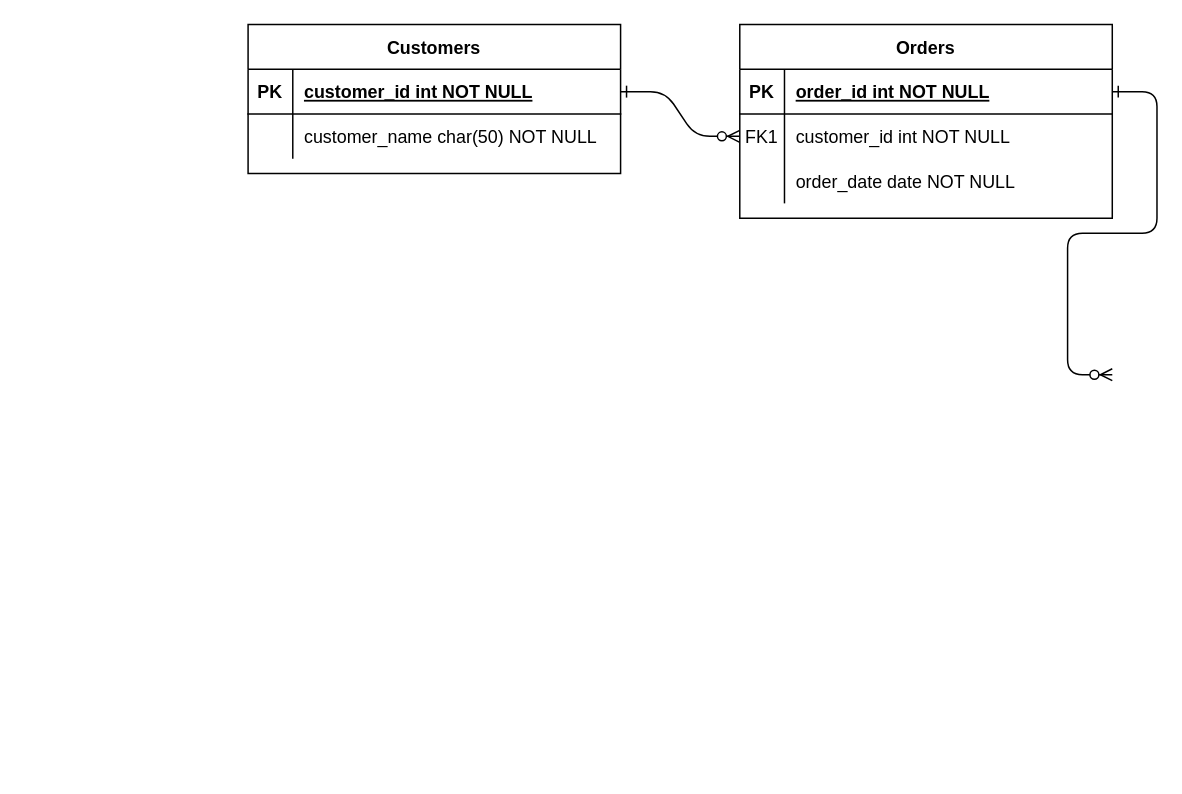
Earlier version of the draw.io diagram Untitled Diagram.drawio (Panhavath/cv). Source tidied: cells renumbered, new cells numbered last; positions are measured from the earlier drawing's top-left corner, leaving out a move shared by most shapes. Both pictures are drawn from the tidied source at 149%, with x=0, y=0 at pixel (247, 24).
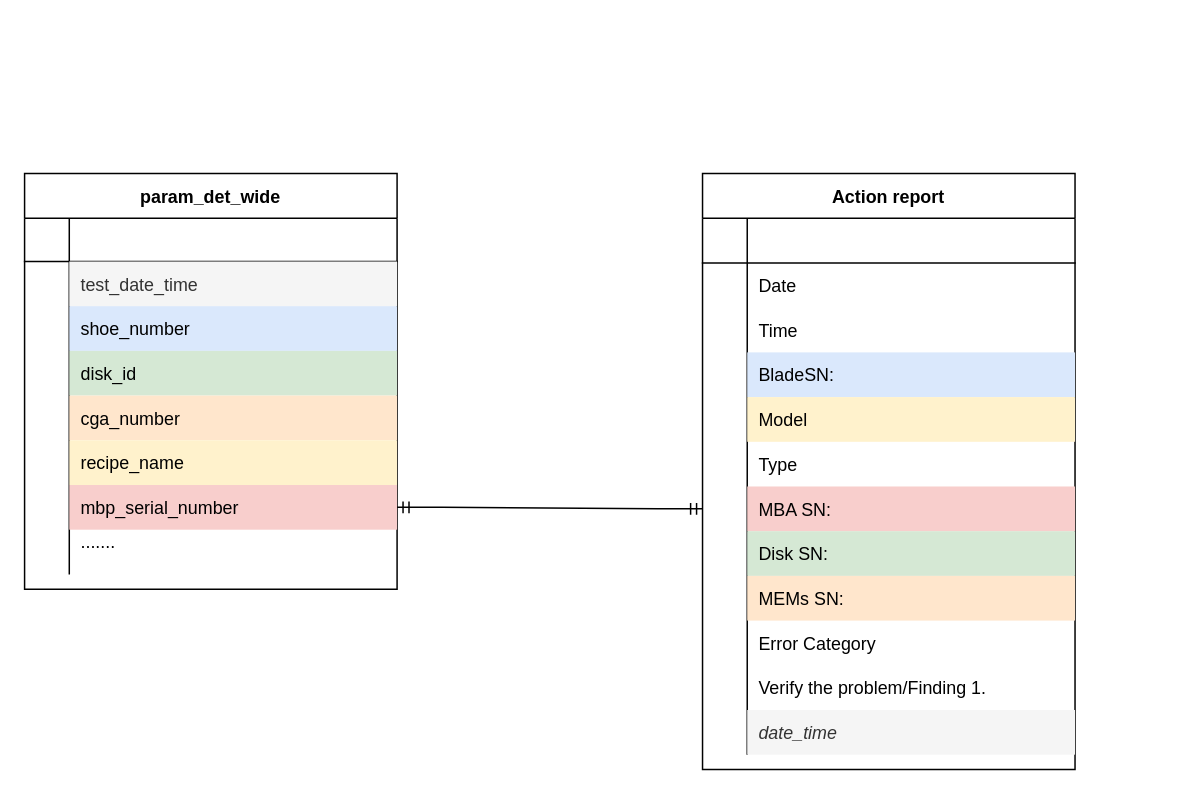
After the change.

The edit, as a diff of the source:
```diff
@@
-    <mxCell id="2" style="edgeStyle=entityRelationEdgeStyle;endArrow=ERzeroToMany;startArrow=ERone;endFill=1;startFill=0;" parent="1" edge="1" source="15" target="8">
-      <mxGeometry relative="1" as="geometry" />
-    </mxCell>
-    <mxCell id="3" style="edgeStyle=entityRelationEdgeStyle;endArrow=ERzeroToMany;startArrow=ERone;endFill=1;startFill=0;" parent="1" edge="1" source="5">
-      <mxGeometry relative="1" as="geometry">
-        <mxPoint x="580" y="235" as="targetPoint" />
-      </mxGeometry>
-    </mxCell>
-    <mxCell id="4" value="Orders" style="shape=table;startSize=30;childLayout=tableLayout;rowLines=0;fontStyle=1;align=center;" parent="1" vertex="1">
-      <mxGeometry x="330" width="250" height="130" as="geometry" />
-    </mxCell>
-    <mxCell id="5" style="shape=partialRectangle;fillColor=none;points=[[0,0.5],[1,0.5]];portConstraint=eastwest;top=0;left=0;right=0;bottom=1;" parent="4" vertex="1">
-      <mxGeometry y="30" width="250" height="30" as="geometry" />
-    </mxCell>
-    <mxCell id="6" value="PK" style="shape=partialRectangle;overflow=hidden;fillColor=none;top=0;left=0;bottom=0;right=0;fontStyle=1;" parent="5" vertex="1">
-      <mxGeometry width="30" height="30" as="geometry" />
-    </mxCell>
-    <mxCell id="7" value="order_id int NOT NULL " style="shape=partialRectangle;overflow=hidden;fillColor=none;top=0;left=0;bottom=0;right=0;align=left;spacingLeft=6;fontStyle=5;" parent="5" vertex="1">
-      <mxGeometry x="30" width="220" height="30" as="geometry" />
-    </mxCell>
-    <mxCell id="8" style="shape=partialRectangle;fillColor=none;points=[[0,0.5],[1,0.5]];portConstraint=eastwest;top=0;left=0;right=0;bottom=0;" parent="4" vertex="1">
-      <mxGeometry y="60" width="250" height="30" as="geometry" />
-    </mxCell>
-    <mxCell id="9" value="FK1" style="shape=partialRectangle;overflow=hidden;fillColor=none;top=0;left=0;bottom=0;right=0;" parent="8" vertex="1">
-      <mxGeometry width="30" height="30" as="geometry" />
-    </mxCell>
-    <mxCell id="10" value="customer_id int NOT NULL" style="shape=partialRectangle;overflow=hidden;fillColor=none;top=0;left=0;bottom=0;right=0;align=left;spacingLeft=6;" parent="8" vertex="1">
-      <mxGeometry x="30" width="220" height="30" as="geometry" />
-    </mxCell>
-    <mxCell id="11" style="shape=partialRectangle;fillColor=none;top=0;left=0;right=0;bottom=0;" parent="4" vertex="1">
-      <mxGeometry y="90" width="250" height="30" as="geometry" />
-    </mxCell>
-    <mxCell id="12" style="shape=partialRectangle;overflow=hidden;fillColor=none;top=0;left=0;bottom=0;right=0;" parent="11" vertex="1">
-      <mxGeometry width="30" height="30" as="geometry" />
-    </mxCell>
-    <mxCell id="13" value="order_date date NOT NULL" style="shape=partialRectangle;overflow=hidden;fillColor=none;top=0;left=0;bottom=0;right=0;align=left;spacingLeft=6;" parent="11" vertex="1">
-      <mxGeometry x="30" width="220" height="30" as="geometry" />
-    </mxCell>
-    <mxCell id="14" value="Customers" style="shape=table;startSize=30;childLayout=tableLayout;rowLines=0;fontStyle=1;align=center;" parent="1" vertex="1">
-      <mxGeometry width="250" height="100" as="geometry" />
+    <mxCell id="14" value="param_det_wide" style="shape=table;startSize=30;childLayout=tableLayout;rowLines=0;fontStyle=1;align=center;" parent="1" vertex="1">
+      <mxGeometry x="-150" y="100" width="250" height="279" as="geometry" />
     </mxCell>
     <mxCell id="15" style="shape=partialRectangle;fillColor=none;points=[[0,0.5],[1,0.5]];portConstraint=eastwest;top=0;left=0;right=0;bottom=1;" parent="14" vertex="1">
-      <mxGeometry y="30" width="250" height="30" as="geometry" />
+      <mxGeometry y="30" width="250" height="29" as="geometry" />
     </mxCell>
-    <mxCell id="16" value="PK" style="shape=partialRectangle;overflow=hidden;fillColor=none;top=0;left=0;bottom=0;right=0;fontStyle=1;" parent="15" vertex="1">
-      <mxGeometry width="30" height="30" as="geometry" />
+    <mxCell id="16" style="shape=partialRectangle;overflow=hidden;fillColor=none;top=0;left=0;bottom=0;right=0;fontStyle=1;" parent="15" vertex="1">
+      <mxGeometry width="30" height="29" as="geometry" />
     </mxCell>
-    <mxCell id="17" value="customer_id int NOT NULL " style="shape=partialRectangle;overflow=hidden;fillColor=none;top=0;left=0;bottom=0;right=0;align=left;spacingLeft=6;fontStyle=5;" parent="15" vertex="1">
-      <mxGeometry x="30" width="220" height="30" as="geometry" />
+    <mxCell id="17" style="shape=partialRectangle;overflow=hidden;fillColor=none;top=0;left=0;bottom=0;right=0;align=left;spacingLeft=6;fontStyle=5;" parent="15" vertex="1">
+      <mxGeometry x="30" width="220" height="29" as="geometry" />
     </mxCell>
     <mxCell id="18" style="shape=partialRectangle;fillColor=none;top=0;left=0;right=0;bottom=0;" parent="14" vertex="1">
-      <mxGeometry y="60" width="250" height="30" as="geometry" />
+      <mxGeometry y="59" width="250" height="30" as="geometry" />
     </mxCell>
@@
-    <mxCell id="20" value="customer_name char(50) NOT NULL" style="shape=partialRectangle;overflow=hidden;fillColor=none;top=0;left=0;bottom=0;right=0;align=left;spacingLeft=6;" parent="18" vertex="1">
+    <mxCell id="20" value="test_date_time " style="shape=partialRectangle;overflow=hidden;fillColor=#f5f5f5;top=0;left=0;bottom=0;right=0;align=left;spacingLeft=6;fontColor=#333333;strokeColor=#666666;" parent="18" vertex="1">
       <mxGeometry x="30" width="220" height="30" as="geometry" />
     </mxCell>
+    <mxCell id="21" style="shape=tableRow;horizontal=0;startSize=0;swimlaneHead=0;swimlaneBody=0;fillColor=none;top=0;left=0;right=0;bottom=0;" parent="14" vertex="1">
+      <mxGeometry y="89" width="250" height="30" as="geometry" />
+    </mxCell>
+    <mxCell id="22" style="shape=partialRectangle;fillColor=none;top=0;left=0;bottom=0;right=0;overflow=hidden;" parent="21" vertex="1">
+      <mxGeometry width="30" height="30" as="geometry" />
+    </mxCell>
+    <mxCell id="23" value="shoe_number" style="shape=partialRectangle;fillColor=#dae8fc;top=0;left=0;bottom=0;right=0;align=left;spacingLeft=6;overflow=hidden;strokeColor=#6c8ebf;" parent="21" vertex="1">
+      <mxGeometry x="30" width="220" height="30" as="geometry" />
+    </mxCell>
+    <mxCell id="24" style="shape=tableRow;horizontal=0;startSize=0;swimlaneHead=0;swimlaneBody=0;fillColor=none;top=0;left=0;right=0;bottom=0;" parent="14" vertex="1">
+      <mxGeometry y="119" width="250" height="30" as="geometry" />
+    </mxCell>
+    <mxCell id="25" style="shape=partialRectangle;fillColor=none;top=0;left=0;bottom=0;right=0;overflow=hidden;" parent="24" vertex="1">
+      <mxGeometry width="30" height="30" as="geometry" />
+    </mxCell>
+    <mxCell id="26" value="disk_id" style="shape=partialRectangle;fillColor=#d5e8d4;top=0;left=0;bottom=0;right=0;align=left;spacingLeft=6;overflow=hidden;strokeColor=#82b366;" parent="24" vertex="1">
+      <mxGeometry x="30" width="220" height="30" as="geometry" />
+    </mxCell>
+    <mxCell id="27" style="shape=tableRow;horizontal=0;startSize=0;swimlaneHead=0;swimlaneBody=0;fillColor=none;top=0;left=0;right=0;bottom=0;" parent="14" vertex="1">
+      <mxGeometry y="149" width="250" height="30" as="geometry" />
+    </mxCell>
+    <mxCell id="28" style="shape=partialRectangle;fillColor=none;top=0;left=0;bottom=0;right=0;overflow=hidden;" parent="27" vertex="1">
+      <mxGeometry width="30" height="30" as="geometry" />
+    </mxCell>
+    <mxCell id="29" value="cga_number" style="shape=partialRectangle;fillColor=#ffe6cc;top=0;left=0;bottom=0;right=0;align=left;spacingLeft=6;overflow=hidden;strokeColor=#d79b00;" parent="27" vertex="1">
+      <mxGeometry x="30" width="220" height="30" as="geometry" />
+    </mxCell>
+    <mxCell id="30" style="shape=tableRow;horizontal=0;startSize=0;swimlaneHead=0;swimlaneBody=0;fillColor=none;top=0;left=0;right=0;bottom=0;" parent="14" vertex="1">
+      <mxGeometry y="179" width="250" height="30" as="geometry" />
+    </mxCell>
+    <mxCell id="31" style="shape=partialRectangle;fillColor=none;top=0;left=0;bottom=0;right=0;overflow=hidden;" parent="30" vertex="1">
+      <mxGeometry width="30" height="30" as="geometry" />
+    </mxCell>
+    <mxCell id="32" value="recipe_name" style="shape=partialRectangle;fillColor=#fff2cc;top=0;left=0;bottom=0;right=0;align=left;spacingLeft=6;overflow=hidden;strokeColor=#d6b656;" parent="30" vertex="1">
+      <mxGeometry x="30" width="220" height="30" as="geometry" />
+    </mxCell>
+    <mxCell id="33" style="shape=tableRow;horizontal=0;startSize=0;swimlaneHead=0;swimlaneBody=0;fillColor=none;points=[[0,0.5],[1,0.5]];portConstraint=eastwest;top=0;left=0;right=0;bottom=0;" parent="14" vertex="1">
+      <mxGeometry y="209" width="250" height="30" as="geometry" />
+    </mxCell>
+    <mxCell id="34" style="shape=partialRectangle;fillColor=none;top=0;left=0;bottom=0;right=0;overflow=hidden;" parent="33" vertex="1">
+      <mxGeometry width="30" height="30" as="geometry" />
+    </mxCell>
+    <mxCell id="35" value="mbp_serial_number" style="shape=partialRectangle;fillColor=#f8cecc;top=0;left=0;bottom=0;right=0;align=left;spacingLeft=6;overflow=hidden;strokeColor=#b85450;" parent="33" vertex="1">
+      <mxGeometry x="30" width="220" height="30" as="geometry" />
+    </mxCell>
+    <mxCell id="36" style="shape=tableRow;horizontal=0;startSize=0;swimlaneHead=0;swimlaneBody=0;fillColor=none;top=0;left=0;right=0;bottom=0;" parent="14" vertex="1">
+      <mxGeometry y="239" width="250" height="30" as="geometry" />
+    </mxCell>
+    <mxCell id="37" style="shape=partialRectangle;fillColor=none;top=0;left=0;bottom=0;right=0;overflow=hidden;" parent="36" vertex="1">
+      <mxGeometry width="30" height="30" as="geometry" />
+    </mxCell>
+    <mxCell id="38" value=".......&#10;" style="shape=partialRectangle;fillColor=none;top=0;left=0;bottom=0;right=0;align=left;spacingLeft=6;overflow=hidden;" parent="36" vertex="1">
+      <mxGeometry x="30" width="220" height="30" as="geometry" />
+    </mxCell>
+    <mxCell id="4" value="Action report" style="shape=table;startSize=30;childLayout=tableLayout;rowLines=0;fontStyle=1;align=center;" parent="1" vertex="1">
+      <mxGeometry x="305" y="100" width="250" height="400" as="geometry" />
+    </mxCell>
+    <mxCell id="39" style="shape=tableRow;horizontal=0;startSize=0;swimlaneHead=0;swimlaneBody=0;fillColor=none;top=0;left=0;right=0;bottom=1;" parent="4" vertex="1">
+      <mxGeometry y="30" width="250" height="30" as="geometry" />
+    </mxCell>
+    <mxCell id="40" style="shape=partialRectangle;fillColor=none;top=0;left=0;bottom=0;right=0;fontStyle=1;overflow=hidden;whiteSpace=wrap;html=1;" parent="39" vertex="1">
+      <mxGeometry width="30" height="30" as="geometry" />
+    </mxCell>
+    <mxCell id="41" style="shape=partialRectangle;fillColor=none;top=0;left=0;bottom=0;right=0;align=left;spacingLeft=6;fontStyle=5;overflow=hidden;whiteSpace=wrap;html=1;" parent="39" vertex="1">
+      <mxGeometry x="30" width="220" height="30" as="geometry" />
+    </mxCell>
+    <mxCell id="8" style="shape=partialRectangle;fillColor=none;points=[[0,0.5],[1,0.5]];portConstraint=eastwest;top=0;left=0;right=0;bottom=0;" parent="4" vertex="1">
+      <mxGeometry y="60" width="250" height="30" as="geometry" />
+    </mxCell>
+    <mxCell id="9" style="shape=partialRectangle;overflow=hidden;fillColor=none;top=0;left=0;bottom=0;right=0;" parent="8" vertex="1">
+      <mxGeometry width="30" height="30" as="geometry" />
+    </mxCell>
+    <mxCell id="10" value="Date" style="shape=partialRectangle;overflow=hidden;fillColor=none;top=0;left=0;bottom=0;right=0;align=left;spacingLeft=6;" parent="8" vertex="1">
+      <mxGeometry x="30" width="220" height="30" as="geometry" />
+    </mxCell>
+    <mxCell id="11" style="shape=partialRectangle;fillColor=none;top=0;left=0;right=0;bottom=0;" parent="4" vertex="1">
+      <mxGeometry y="90" width="250" height="30" as="geometry" />
+    </mxCell>
+    <mxCell id="12" style="shape=partialRectangle;overflow=hidden;fillColor=none;top=0;left=0;bottom=0;right=0;" parent="11" vertex="1">
+      <mxGeometry width="30" height="30" as="geometry" />
+    </mxCell>
+    <mxCell id="13" value="Time" style="shape=partialRectangle;overflow=hidden;fillColor=none;top=0;left=0;bottom=0;right=0;align=left;spacingLeft=6;" parent="11" vertex="1">
+      <mxGeometry x="30" width="220" height="30" as="geometry" />
+    </mxCell>
+    <mxCell id="42" style="shape=tableRow;horizontal=0;startSize=0;swimlaneHead=0;swimlaneBody=0;fillColor=none;top=0;left=0;right=0;bottom=0;" parent="4" vertex="1">
+      <mxGeometry y="120" width="250" height="30" as="geometry" />
+    </mxCell>
+    <mxCell id="43" style="shape=partialRectangle;fillColor=none;top=0;left=0;bottom=0;right=0;overflow=hidden;" parent="42" vertex="1">
+      <mxGeometry width="30" height="30" as="geometry" />
+    </mxCell>
+    <mxCell id="44" value="BladeSN:" style="shape=partialRectangle;fillColor=#dae8fc;top=0;left=0;bottom=0;right=0;align=left;spacingLeft=6;overflow=hidden;strokeColor=#6c8ebf;" parent="42" vertex="1">
+      <mxGeometry x="30" width="220" height="30" as="geometry" />
+    </mxCell>
+    <mxCell id="45" style="shape=tableRow;horizontal=0;startSize=0;swimlaneHead=0;swimlaneBody=0;fillColor=none;top=0;left=0;right=0;bottom=0;" parent="4" vertex="1">
+      <mxGeometry y="150" width="250" height="30" as="geometry" />
+    </mxCell>
+    <mxCell id="46" style="shape=partialRectangle;fillColor=none;top=0;left=0;bottom=0;right=0;overflow=hidden;" parent="45" vertex="1">
+      <mxGeometry width="30" height="30" as="geometry" />
+    </mxCell>
+    <mxCell id="47" value="Model" style="shape=partialRectangle;fillColor=#fff2cc;top=0;left=0;bottom=0;right=0;align=left;spacingLeft=6;overflow=hidden;strokeColor=#d6b656;" parent="45" vertex="1">
+      <mxGeometry x="30" width="220" height="30" as="geometry" />
+    </mxCell>
+    <mxCell id="48" style="shape=tableRow;horizontal=0;startSize=0;swimlaneHead=0;swimlaneBody=0;fillColor=none;top=0;left=0;right=0;bottom=0;" parent="4" vertex="1">
+      <mxGeometry y="180" width="250" height="30" as="geometry" />
+    </mxCell>
+    <mxCell id="49" style="shape=partialRectangle;fillColor=none;top=0;left=0;bottom=0;right=0;overflow=hidden;" parent="48" vertex="1">
+      <mxGeometry width="30" height="30" as="geometry" />
+    </mxCell>
+    <mxCell id="50" value="Type" style="shape=partialRectangle;fillColor=none;top=0;left=0;bottom=0;right=0;align=left;spacingLeft=6;overflow=hidden;strokeColor=#d6b656;" parent="48" vertex="1">
+      <mxGeometry x="30" width="220" height="30" as="geometry" />
+    </mxCell>
+    <mxCell id="51" style="shape=tableRow;horizontal=0;startSize=0;swimlaneHead=0;swimlaneBody=0;fillColor=none;points=[[0,0.5],[1,0.5]];portConstraint=eastwest;top=0;left=0;right=0;bottom=0;" parent="4" vertex="1">
+      <mxGeometry y="210" width="250" height="30" as="geometry" />
+    </mxCell>
+    <mxCell id="52" style="shape=partialRectangle;fillColor=none;top=0;left=0;bottom=0;right=0;overflow=hidden;" parent="51" vertex="1">
+      <mxGeometry width="30" height="30" as="geometry" />
+    </mxCell>
+    <mxCell id="53" value="MBA SN:" style="shape=partialRectangle;fillColor=#f8cecc;top=0;left=0;bottom=0;right=0;align=left;spacingLeft=6;overflow=hidden;strokeColor=#b85450;" parent="51" vertex="1">
+      <mxGeometry x="30" width="220" height="30" as="geometry" />
+    </mxCell>
+    <mxCell id="54" style="shape=tableRow;horizontal=0;startSize=0;swimlaneHead=0;swimlaneBody=0;fillColor=none;top=0;left=0;right=0;bottom=0;" parent="4" vertex="1">
+      <mxGeometry y="240" width="250" height="30" as="geometry" />
+    </mxCell>
+    <mxCell id="55" style="shape=partialRectangle;fillColor=none;top=0;left=0;bottom=0;right=0;overflow=hidden;" parent="54" vertex="1">
+      <mxGeometry width="30" height="30" as="geometry" />
+    </mxCell>
+    <mxCell id="56" value="Disk SN:" style="shape=partialRectangle;fillColor=#d5e8d4;top=0;left=0;bottom=0;right=0;align=left;spacingLeft=6;overflow=hidden;strokeColor=#82b366;" parent="54" vertex="1">
+      <mxGeometry x="30" width="220" height="30" as="geometry" />
+    </mxCell>
+    <mxCell id="57" style="shape=tableRow;horizontal=0;startSize=0;swimlaneHead=0;swimlaneBody=0;fillColor=none;top=0;left=0;right=0;bottom=0;" parent="4" vertex="1">
+      <mxGeometry y="270" width="250" height="30" as="geometry" />
+    </mxCell>
+    <mxCell id="58" style="shape=partialRectangle;fillColor=none;top=0;left=0;bottom=0;right=0;overflow=hidden;" parent="57" vertex="1">
+      <mxGeometry width="30" height="30" as="geometry" />
+    </mxCell>
+    <mxCell id="59" value="MEMs SN:" style="shape=partialRectangle;fillColor=#ffe6cc;top=0;left=0;bottom=0;right=0;align=left;spacingLeft=6;overflow=hidden;strokeColor=#d79b00;" parent="57" vertex="1">
+      <mxGeometry x="30" width="220" height="30" as="geometry" />
+    </mxCell>
+    <mxCell id="60" style="shape=tableRow;horizontal=0;startSize=0;swimlaneHead=0;swimlaneBody=0;fillColor=none;top=0;left=0;right=0;bottom=0;" parent="4" vertex="1">
+      <mxGeometry y="300" width="250" height="30" as="geometry" />
+    </mxCell>
+    <mxCell id="61" style="shape=partialRectangle;fillColor=none;top=0;left=0;bottom=0;right=0;overflow=hidden;" parent="60" vertex="1">
+      <mxGeometry width="30" height="30" as="geometry" />
+    </mxCell>
+    <mxCell id="62" value="Error Category" style="shape=partialRectangle;fillColor=none;top=0;left=0;bottom=0;right=0;align=left;spacingLeft=6;overflow=hidden;" parent="60" vertex="1">
+      <mxGeometry x="30" width="220" height="30" as="geometry" />
+    </mxCell>
+    <mxCell id="63" style="shape=tableRow;horizontal=0;startSize=0;swimlaneHead=0;swimlaneBody=0;fillColor=none;top=0;left=0;right=0;bottom=0;" parent="4" vertex="1">
+      <mxGeometry y="330" width="250" height="30" as="geometry" />
+    </mxCell>
+    <mxCell id="64" style="shape=partialRectangle;fillColor=none;top=0;left=0;bottom=0;right=0;overflow=hidden;" parent="63" vertex="1">
+      <mxGeometry width="30" height="30" as="geometry" />
+    </mxCell>
+    <mxCell id="65" value="Verify the problem/Finding 1." style="shape=partialRectangle;fillColor=none;top=0;left=0;bottom=0;right=0;align=left;spacingLeft=6;overflow=hidden;" parent="63" vertex="1">
+      <mxGeometry x="30" width="220" height="30" as="geometry" />
+    </mxCell>
+    <mxCell id="66" style="shape=tableRow;horizontal=0;startSize=0;swimlaneHead=0;swimlaneBody=0;fillColor=none;top=0;left=0;right=0;bottom=0;" parent="4" vertex="1">
+      <mxGeometry y="360" width="250" height="30" as="geometry" />
+    </mxCell>
+    <mxCell id="67" style="shape=partialRectangle;fillColor=none;top=0;left=0;bottom=0;right=0;overflow=hidden;" parent="66" vertex="1">
+      <mxGeometry width="30" height="30" as="geometry" />
+    </mxCell>
+    <mxCell id="68" value="date_time" style="shape=partialRectangle;fillColor=#f5f5f5;top=0;left=0;bottom=0;right=0;align=left;spacingLeft=6;overflow=hidden;fontStyle=2;fontColor=#333333;strokeColor=#666666;" parent="66" vertex="1">
+      <mxGeometry x="30" width="220" height="30" as="geometry" />
+    </mxCell>
+    <mxCell id="69" style="edgeStyle=entityRelationEdgeStyle;fontSize=12;html=1;endArrow=ERmandOne;startArrow=ERmandOne;rounded=0;exitX=1;exitY=0.5;exitDx=0;exitDy=0;" parent="1" edge="1" source="33" target="51">
+      <mxGeometry relative="1" as="geometry">
+        <Array as="points">
+          <mxPoint x="30" y="310" />
+        </Array>
+      </mxGeometry>
+    </mxCell>
```
